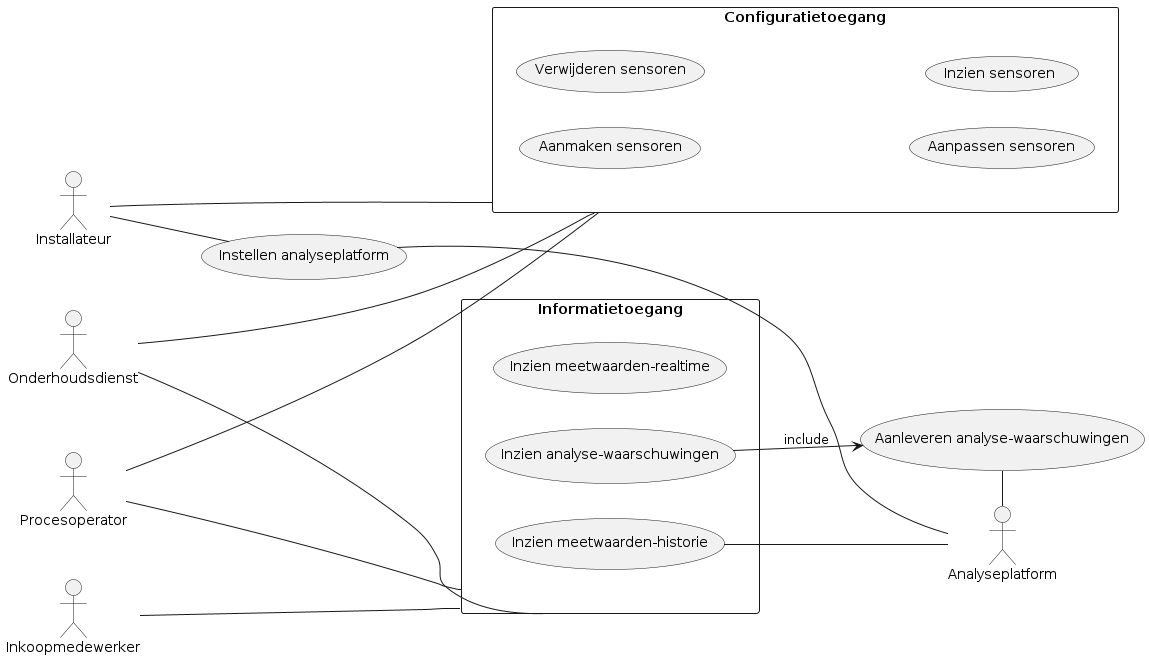
Before: out/docs/development/main_UCD/main_UCD.png, a diagram exported from PlantUML (FinnsterB/soda-factory-data-collection).
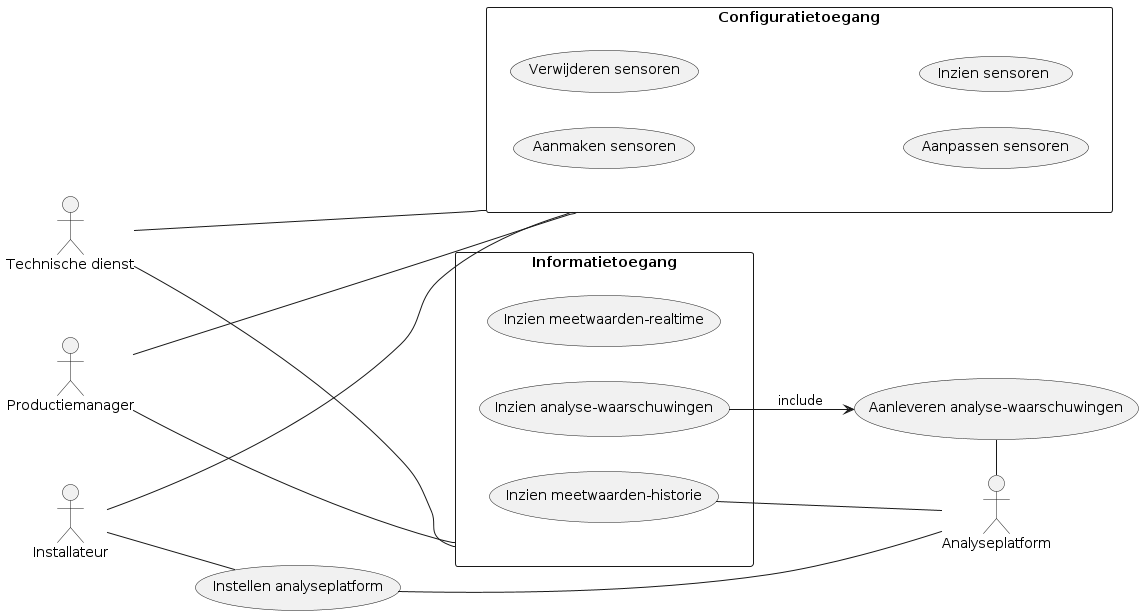
The same diagram one commit later.

What changed in the source:
```diff
@@ -1,9 +1,8 @@
 @startuml main_UCD
 left to right direction
 
-actor Procesoperator as a1
-actor Onderhoudsdienst as a2
-actor Inkoopmedewerker as a3
+actor Productiemanager as a1
+actor "Technische dienst" as a2
 actor Installateur as a4
 actor Analyseplatform as a5
 
@@ -20,9 +19,6 @@
 }
 usecase "Instellen analyseplatform" as uc8
 usecase "Aanleveren analyse-waarschuwingen" as uc9
-
-
-a3 --- rect2
 
 a1 --- rect1
 
```
